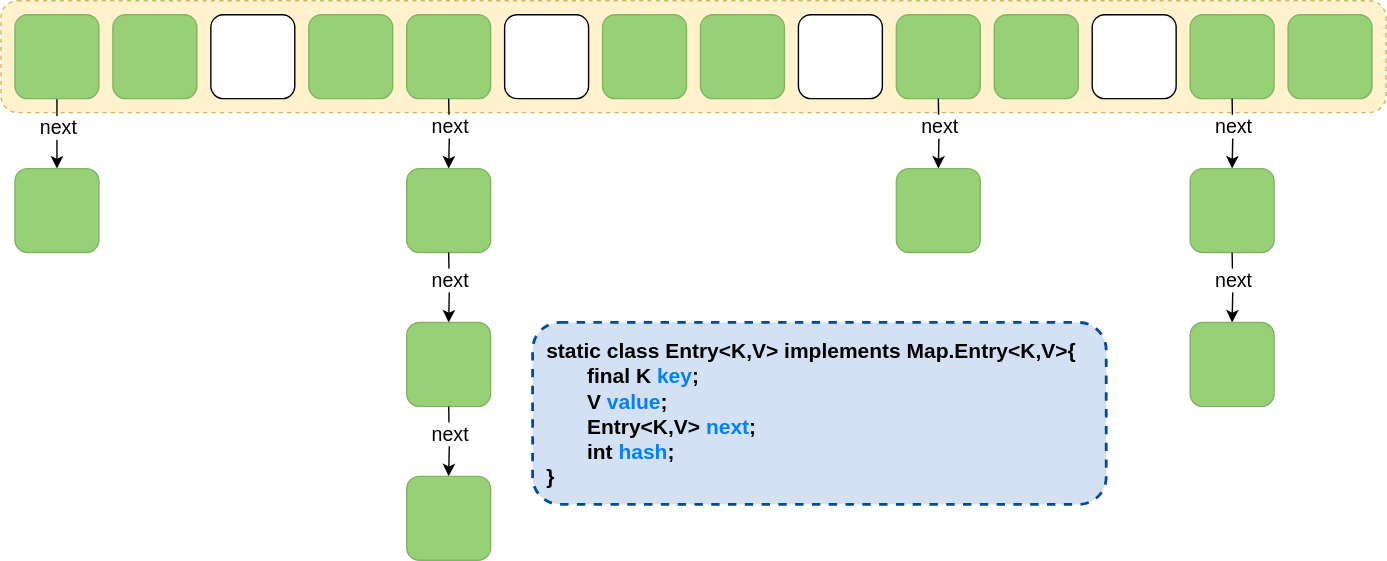
Earlier version of the draw.io export Java/JavaSE/集合框架/Java7HashMap结构.drawio.svg (Developer-Tang/notes). Source tidied: cells renumbered, new cells last; positions are measured from the earlier drawing's top-left corner, leaving out a move shared by most shapes.
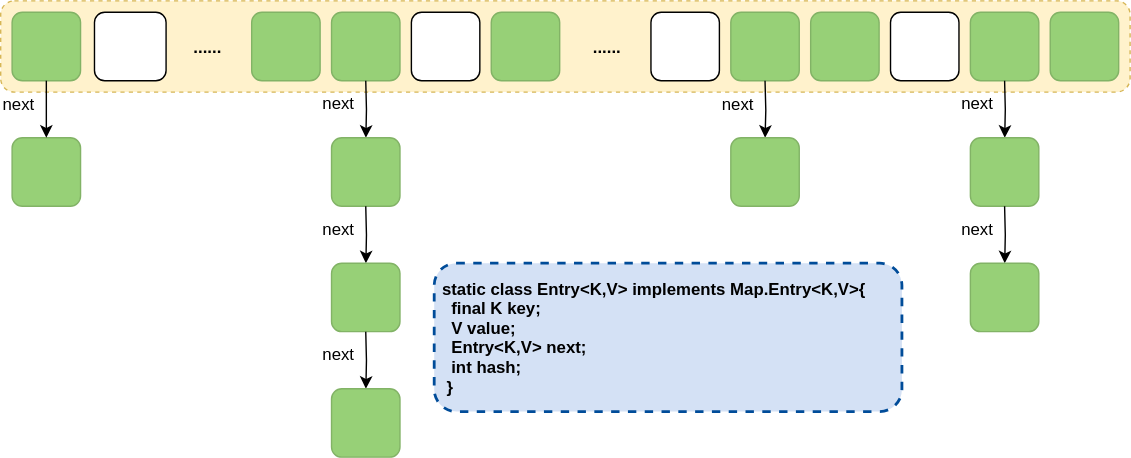
After the commit.

Diff of the diagram source:
```diff
@@ -2,142 +2,142 @@
   <root>
     <mxCell id="0" />
     <mxCell id="1" parent="0" />
-    <mxCell id="2" style="rounded=1;whiteSpace=wrap;html=1;dashed=1;fillColor=#fff2cc;strokeColor=#d6b656;" parent="1" vertex="1">
-      <mxGeometry width="990" height="80" as="geometry" />
+    <mxCell id="2" style="rounded=1;dashed=1;fillColor=#fff2cc;strokeColor=#d6b656;labelBackgroundColor=none;fontColor=default;fontSize=12;" parent="1" vertex="1">
+      <mxGeometry x="-40" y="-70" width="806.9" height="65.2" as="geometry" />
     </mxCell>
-    <mxCell id="3" style="edgeStyle=orthogonalEdgeStyle;rounded=0;jettySize=auto;html=1;" parent="1" edge="1" source="5" target="19">
-      <mxGeometry relative="1" as="geometry" />
-    </mxCell>
-    <mxCell id="4" value="next" style="edgeLabel;html=1;align=center;verticalAlign=middle;fontSize=14;" parent="3" vertex="1">
-      <mxGeometry x="-0.25" y="2" relative="1" as="geometry">
-        <mxPoint x="-2" y="1" as="offset" />
-      </mxGeometry>
-    </mxCell>
-    <mxCell id="5" style="rounded=1;whiteSpace=wrap;html=1;fillColor=#97D077;strokeColor=#82b366;" parent="1" vertex="1">
-      <mxGeometry x="10" y="10" width="60" height="60" as="geometry" />
+    <mxCell id="5" style="rounded=1;fillColor=#97D077;strokeColor=#82b366;labelBackgroundColor=none;fontColor=default;fontSize=12;" parent="1" vertex="1">
+      <mxGeometry x="-31.9" y="-61.8" width="48.9" height="48.9" as="geometry" />
     </mxCell>
-    <mxCell id="6" style="rounded=1;whiteSpace=wrap;html=1;strokeColor=#82b366;fillColor=#97D077;" parent="1" vertex="1">
-      <mxGeometry x="80" y="10" width="60" height="60" as="geometry" />
-    </mxCell>
-    <mxCell id="7" style="rounded=1;whiteSpace=wrap;html=1;" parent="1" vertex="1">
-      <mxGeometry x="150" y="10" width="60" height="60" as="geometry" />
+    <mxCell id="7" style="rounded=1;labelBackgroundColor=none;fontColor=default;fontSize=12;" parent="1" vertex="1">
+      <mxGeometry x="27" y="-61.8" width="51.1" height="48.9" as="geometry" />
     </mxCell>
-    <mxCell id="8" style="rounded=1;whiteSpace=wrap;html=1;strokeColor=#82b366;fillColor=#97D077;" parent="1" vertex="1">
-      <mxGeometry x="220" y="10" width="60" height="60" as="geometry" />
+    <mxCell id="8" style="rounded=1;strokeColor=#82b366;fillColor=#97D077;labelBackgroundColor=none;fontColor=default;fontSize=12;" parent="1" vertex="1">
+      <mxGeometry x="139.3" y="-61.8" width="48.9" height="48.9" as="geometry" />
     </mxCell>
-    <mxCell id="9" style="rounded=1;whiteSpace=wrap;html=1;" parent="1" vertex="1">
-      <mxGeometry x="360" y="10" width="60" height="60" as="geometry" />
+    <mxCell id="9" style="rounded=1;labelBackgroundColor=none;fontColor=default;fontSize=12;" parent="1" vertex="1">
+      <mxGeometry x="253.4" y="-61.8" width="48.9" height="48.9" as="geometry" />
     </mxCell>
-    <mxCell id="10" style="rounded=1;whiteSpace=wrap;html=1;strokeColor=#82b366;fillColor=#97D077;" parent="1" vertex="1">
-      <mxGeometry x="290" y="10" width="60" height="60" as="geometry" />
+    <mxCell id="10" style="rounded=1;strokeColor=#82b366;fillColor=#97D077;labelBackgroundColor=none;fontColor=default;fontSize=12;" parent="1" vertex="1">
+      <mxGeometry x="196.4" y="-61.8" width="48.9" height="48.9" as="geometry" />
     </mxCell>
-    <mxCell id="11" style="rounded=1;whiteSpace=wrap;html=1;strokeColor=#82b366;fillColor=#97D077;" parent="1" vertex="1">
-      <mxGeometry x="430" y="10" width="60" height="60" as="geometry" />
+    <mxCell id="11" style="rounded=1;strokeColor=#82b366;fillColor=#97D077;labelBackgroundColor=none;fontColor=default;fontSize=12;" parent="1" vertex="1">
+      <mxGeometry x="310.5" y="-61.8" width="48.9" height="48.9" as="geometry" />
     </mxCell>
-    <mxCell id="12" style="rounded=1;whiteSpace=wrap;html=1;strokeColor=#82b366;fillColor=#97D077;" parent="1" vertex="1">
-      <mxGeometry x="500" y="10" width="60" height="60" as="geometry" />
-    </mxCell>
-    <mxCell id="13" style="rounded=1;whiteSpace=wrap;html=1;" parent="1" vertex="1">
-      <mxGeometry x="570" y="10" width="60" height="60" as="geometry" />
+    <mxCell id="13" style="rounded=1;labelBackgroundColor=none;fontColor=default;fontSize=12;" parent="1" vertex="1">
+      <mxGeometry x="424.6" y="-61.8" width="48.9" height="48.9" as="geometry" />
     </mxCell>
-    <mxCell id="14" style="rounded=1;whiteSpace=wrap;html=1;strokeColor=#82b366;fillColor=#97D077;" parent="1" vertex="1">
-      <mxGeometry x="640" y="10" width="60" height="60" as="geometry" />
+    <mxCell id="14" style="rounded=1;strokeColor=#82b366;fillColor=#97D077;labelBackgroundColor=none;fontColor=default;fontSize=12;" parent="1" vertex="1">
+      <mxGeometry x="481.6" y="-61.8" width="48.9" height="48.9" as="geometry" />
     </mxCell>
-    <mxCell id="15" style="rounded=1;whiteSpace=wrap;html=1;strokeColor=#82b366;fillColor=#97D077;" parent="1" vertex="1">
-      <mxGeometry x="710" y="10" width="60" height="60" as="geometry" />
+    <mxCell id="15" style="rounded=1;strokeColor=#82b366;fillColor=#97D077;labelBackgroundColor=none;fontColor=default;fontSize=12;" parent="1" vertex="1">
+      <mxGeometry x="538.7" y="-61.8" width="48.9" height="48.9" as="geometry" />
     </mxCell>
-    <mxCell id="16" style="rounded=1;whiteSpace=wrap;html=1;" parent="1" vertex="1">
-      <mxGeometry x="780" y="10" width="60" height="60" as="geometry" />
+    <mxCell id="16" style="rounded=1;labelBackgroundColor=none;fontColor=default;fontSize=12;" parent="1" vertex="1">
+      <mxGeometry x="595.7" y="-61.8" width="48.9" height="48.9" as="geometry" />
     </mxCell>
-    <mxCell id="17" style="rounded=1;whiteSpace=wrap;html=1;strokeColor=#82b366;fillColor=#97D077;" parent="1" vertex="1">
-      <mxGeometry x="850" y="10" width="60" height="60" as="geometry" />
+    <mxCell id="17" style="rounded=1;strokeColor=#82b366;fillColor=#97D077;labelBackgroundColor=none;fontColor=default;fontSize=12;" parent="1" vertex="1">
+      <mxGeometry x="652.8" y="-61.8" width="48.9" height="48.9" as="geometry" />
     </mxCell>
-    <mxCell id="18" style="rounded=1;whiteSpace=wrap;html=1;strokeColor=#82b366;fillColor=#97D077;" parent="1" vertex="1">
-      <mxGeometry x="920" y="10" width="60" height="60" as="geometry" />
+    <mxCell id="18" style="rounded=1;strokeColor=#82b366;fillColor=#97D077;labelBackgroundColor=none;fontColor=default;fontSize=12;" parent="1" vertex="1">
+      <mxGeometry x="709.8" y="-61.8" width="48.9" height="48.9" as="geometry" />
     </mxCell>
-    <mxCell id="19" style="rounded=1;whiteSpace=wrap;html=1;fillColor=#97D077;strokeColor=#82b366;" parent="1" vertex="1">
-      <mxGeometry x="10" y="120" width="60" height="60" as="geometry" />
+    <mxCell id="19" style="rounded=1;fillColor=#97D077;strokeColor=#82b366;labelBackgroundColor=none;fontColor=default;fontSize=12;" parent="1" vertex="1">
+      <mxGeometry x="-31.9" y="27.8" width="48.9" height="48.9" as="geometry" />
     </mxCell>
+    <mxCell id="3" style="edgeStyle=orthogonalEdgeStyle;rounded=0;jettySize=auto;labelBackgroundColor=none;fontColor=default;fontSize=12;" parent="1" edge="1" source="5" target="19">
+      <mxGeometry relative="1" as="geometry" />
+    </mxCell>
+    <mxCell id="4" value="next" style="edgeLabel;align=center;verticalAlign=middle;fontSize=12;labelBackgroundColor=none;fontColor=default;" parent="3" vertex="1">
+      <mxGeometry x="-0.25" y="2" relative="1" as="geometry">
+        <mxPoint x="-22" y="1" as="offset" />
+      </mxGeometry>
+    </mxCell>
-    <mxCell id="20" style="edgeStyle=orthogonalEdgeStyle;rounded=0;jettySize=auto;html=1;" parent="1" edge="1" target="22">
+    <mxCell id="20" style="edgeStyle=orthogonalEdgeStyle;rounded=0;jettySize=auto;labelBackgroundColor=none;fontColor=default;fontSize=12;" parent="1" edge="1" target="22">
       <mxGeometry relative="1" as="geometry">
-        <mxPoint x="320" y="70" as="sourcePoint" />
+        <mxPoint x="220.8" y="-12.9" as="sourcePoint" />
       </mxGeometry>
     </mxCell>
-    <mxCell id="21" value="next" style="edgeLabel;html=1;align=center;verticalAlign=middle;fontSize=14;" parent="20" vertex="1">
+    <mxCell id="21" value="next" style="edgeLabel;align=center;verticalAlign=middle;fontSize=12;labelBackgroundColor=none;fontColor=default;" parent="20" vertex="1">
       <mxGeometry x="-0.25" y="2" relative="1" as="geometry">
-        <mxPoint x="-2" y="1" as="offset" />
+        <mxPoint x="-22" y="1" as="offset" />
       </mxGeometry>
     </mxCell>
-    <mxCell id="22" style="rounded=1;whiteSpace=wrap;html=1;fillColor=#97D077;strokeColor=#82b366;" parent="1" vertex="1">
-      <mxGeometry x="290" y="120" width="60" height="60" as="geometry" />
+    <mxCell id="22" style="rounded=1;fillColor=#97D077;strokeColor=#82b366;labelBackgroundColor=none;fontColor=default;fontSize=12;" parent="1" vertex="1">
+      <mxGeometry x="196.4" y="27.8" width="48.9" height="48.9" as="geometry" />
     </mxCell>
-    <mxCell id="23" style="edgeStyle=orthogonalEdgeStyle;rounded=0;jettySize=auto;html=1;" parent="1" edge="1" target="25">
+    <mxCell id="23" style="edgeStyle=orthogonalEdgeStyle;rounded=0;jettySize=auto;labelBackgroundColor=none;fontColor=default;fontSize=12;" parent="1" edge="1" target="25">
       <mxGeometry relative="1" as="geometry">
-        <mxPoint x="320" y="180" as="sourcePoint" />
+        <mxPoint x="220.8" y="76.7" as="sourcePoint" />
       </mxGeometry>
     </mxCell>
-    <mxCell id="24" value="next" style="edgeLabel;html=1;align=center;verticalAlign=middle;fontSize=14;" parent="23" vertex="1">
+    <mxCell id="24" value="next" style="edgeLabel;align=center;verticalAlign=middle;fontSize=12;labelBackgroundColor=none;fontColor=default;" parent="23" vertex="1">
       <mxGeometry x="-0.25" y="2" relative="1" as="geometry">
-        <mxPoint x="-2" y="1" as="offset" />
+        <mxPoint x="-22" y="1" as="offset" />
       </mxGeometry>
     </mxCell>
-    <mxCell id="25" style="rounded=1;whiteSpace=wrap;html=1;fillColor=#97D077;strokeColor=#82b366;" parent="1" vertex="1">
-      <mxGeometry x="290" y="230" width="60" height="60" as="geometry" />
+    <mxCell id="25" style="rounded=1;fillColor=#97D077;strokeColor=#82b366;labelBackgroundColor=none;fontColor=default;fontSize=12;" parent="1" vertex="1">
+      <mxGeometry x="196.4" y="117.4" width="48.9" height="48.9" as="geometry" />
     </mxCell>
-    <mxCell id="26" style="edgeStyle=orthogonalEdgeStyle;rounded=0;jettySize=auto;html=1;" parent="1" edge="1" target="28">
+    <mxCell id="26" style="edgeStyle=orthogonalEdgeStyle;rounded=0;jettySize=auto;labelBackgroundColor=none;fontColor=default;fontSize=12;" parent="1" edge="1" target="28">
       <mxGeometry relative="1" as="geometry">
-        <mxPoint x="670" y="70" as="sourcePoint" />
+        <mxPoint x="506.1" y="-12.9" as="sourcePoint" />
       </mxGeometry>
     </mxCell>
-    <mxCell id="27" value="next" style="edgeLabel;html=1;align=center;verticalAlign=middle;fontSize=14;" parent="26" vertex="1">
+    <mxCell id="27" value="next" style="edgeLabel;align=center;verticalAlign=middle;fontSize=12;labelBackgroundColor=none;fontColor=default;" parent="26" vertex="1">
       <mxGeometry x="-0.25" y="2" relative="1" as="geometry">
-        <mxPoint x="-2" y="1" as="offset" />
+        <mxPoint x="-22" y="1" as="offset" />
       </mxGeometry>
     </mxCell>
-    <mxCell id="28" style="rounded=1;whiteSpace=wrap;html=1;fillColor=#97D077;strokeColor=#82b366;" parent="1" vertex="1">
-      <mxGeometry x="640" y="120" width="60" height="60" as="geometry" />
+    <mxCell id="28" style="rounded=1;fillColor=#97D077;strokeColor=#82b366;labelBackgroundColor=none;fontColor=default;fontSize=12;" parent="1" vertex="1">
+      <mxGeometry x="481.6" y="27.8" width="48.9" height="48.9" as="geometry" />
     </mxCell>
-    <mxCell id="29" style="edgeStyle=orthogonalEdgeStyle;rounded=0;jettySize=auto;html=1;" parent="1" edge="1" target="31">
+    <mxCell id="29" style="edgeStyle=orthogonalEdgeStyle;rounded=0;jettySize=auto;labelBackgroundColor=none;fontColor=default;fontSize=12;" parent="1" edge="1" target="31">
       <mxGeometry relative="1" as="geometry">
-        <mxPoint x="880" y="70" as="sourcePoint" />
+        <mxPoint x="677.2" y="-12.9" as="sourcePoint" />
       </mxGeometry>
     </mxCell>
-    <mxCell id="30" value="next" style="edgeLabel;html=1;align=center;verticalAlign=middle;fontSize=14;" parent="29" vertex="1">
+    <mxCell id="30" value="next" style="edgeLabel;align=center;verticalAlign=middle;fontSize=12;labelBackgroundColor=none;fontColor=default;" parent="29" vertex="1">
       <mxGeometry x="-0.25" y="2" relative="1" as="geometry">
-        <mxPoint x="-2" y="1" as="offset" />
+        <mxPoint x="-22" y="1" as="offset" />
       </mxGeometry>
     </mxCell>
-    <mxCell id="31" style="rounded=1;whiteSpace=wrap;html=1;fillColor=#97D077;strokeColor=#82b366;" parent="1" vertex="1">
-      <mxGeometry x="850" y="120" width="60" height="60" as="geometry" />
+    <mxCell id="31" style="rounded=1;fillColor=#97D077;strokeColor=#82b366;labelBackgroundColor=none;fontColor=default;fontSize=12;" parent="1" vertex="1">
+      <mxGeometry x="652.8" y="27.8" width="48.9" height="48.9" as="geometry" />
     </mxCell>
-    <mxCell id="32" style="edgeStyle=orthogonalEdgeStyle;rounded=0;jettySize=auto;html=1;" parent="1" edge="1" target="34">
+    <mxCell id="32" style="edgeStyle=orthogonalEdgeStyle;rounded=0;jettySize=auto;labelBackgroundColor=none;fontColor=default;fontSize=12;" parent="1" edge="1" target="34">
       <mxGeometry relative="1" as="geometry">
-        <mxPoint x="880" y="180" as="sourcePoint" />
+        <mxPoint x="677.2" y="76.7" as="sourcePoint" />
       </mxGeometry>
     </mxCell>
-    <mxCell id="33" value="next" style="edgeLabel;html=1;align=center;verticalAlign=middle;fontSize=14;" parent="32" vertex="1">
+    <mxCell id="33" value="next" style="edgeLabel;align=center;verticalAlign=middle;fontSize=12;labelBackgroundColor=none;fontColor=default;" parent="32" vertex="1">
       <mxGeometry x="-0.25" y="2" relative="1" as="geometry">
-        <mxPoint x="-2" y="1" as="offset" />
+        <mxPoint x="-22" y="1" as="offset" />
       </mxGeometry>
     </mxCell>
-    <mxCell id="34" style="rounded=1;whiteSpace=wrap;html=1;fillColor=#97D077;strokeColor=#82b366;" parent="1" vertex="1">
-      <mxGeometry x="850" y="230" width="60" height="60" as="geometry" />
+    <mxCell id="34" style="rounded=1;fillColor=#97D077;strokeColor=#82b366;labelBackgroundColor=none;fontColor=default;fontSize=12;" parent="1" vertex="1">
+      <mxGeometry x="652.8" y="117.4" width="48.9" height="48.9" as="geometry" />
     </mxCell>
-    <mxCell id="35" style="edgeStyle=orthogonalEdgeStyle;rounded=0;jettySize=auto;html=1;" parent="1" edge="1" target="37">
+    <mxCell id="35" style="edgeStyle=orthogonalEdgeStyle;rounded=0;jettySize=auto;labelBackgroundColor=none;fontColor=default;fontSize=12;" parent="1" edge="1" target="37">
       <mxGeometry relative="1" as="geometry">
-        <mxPoint x="320" y="290" as="sourcePoint" />
+        <mxPoint x="220.8" y="166.4" as="sourcePoint" />
       </mxGeometry>
     </mxCell>
-    <mxCell id="36" value="next" style="edgeLabel;html=1;align=center;verticalAlign=middle;fontSize=14;" parent="35" vertex="1">
+    <mxCell id="36" value="next" style="edgeLabel;align=center;verticalAlign=middle;fontSize=12;labelBackgroundColor=none;fontColor=default;" parent="35" vertex="1">
       <mxGeometry x="-0.25" y="2" relative="1" as="geometry">
-        <mxPoint x="-2" y="1" as="offset" />
+        <mxPoint x="-22" y="1" as="offset" />
       </mxGeometry>
     </mxCell>
-    <mxCell id="37" style="rounded=1;whiteSpace=wrap;html=1;fillColor=#97D077;strokeColor=#82b366;" parent="1" vertex="1">
-      <mxGeometry x="290" y="340" width="60" height="60" as="geometry" />
+    <mxCell id="37" style="rounded=1;fillColor=#97D077;strokeColor=#82b366;labelBackgroundColor=none;fontColor=default;fontSize=12;" parent="1" vertex="1">
+      <mxGeometry x="196.4" y="207.1" width="48.9" height="48.9" as="geometry" />
     </mxCell>
-    <mxCell id="38" value="&amp;nbsp;static class Entry&amp;lt;K,V&amp;gt; implements Map.Entry&amp;lt;K,V&amp;gt;{&lt;br&gt;&lt;span&gt;&lt;span style=&quot;white-space: pre&quot;&gt;&#9;&lt;/span&gt;final K &lt;/span&gt;&lt;font color=&quot;#007fff&quot;&gt;key&lt;/font&gt;&lt;span&gt;;&lt;/span&gt;&lt;span style=&quot;white-space: pre&quot;&gt;&lt;br&gt;&lt;/span&gt;&lt;span style=&quot;white-space: pre&quot;&gt;&#9;&lt;/span&gt;V &lt;font color=&quot;#007fff&quot;&gt;value&lt;/font&gt;;&lt;br&gt;&lt;span style=&quot;white-space: pre&quot;&gt;&#9;&lt;/span&gt;Entry&amp;lt;K,V&amp;gt; &lt;font color=&quot;#007fff&quot;&gt;next&lt;/font&gt;;&lt;br&gt;&lt;span style=&quot;white-space: pre&quot;&gt;&#9;&lt;/span&gt;int &lt;font color=&quot;#007fff&quot;&gt;hash&lt;/font&gt;;&lt;br style=&quot;font-size: 15px&quot;&gt;&amp;nbsp;}" style="rounded=1;whiteSpace=wrap;html=1;fontSize=15;fillColor=#D4E1F5;strokeColor=#004C99;dashed=1;align=left;fontStyle=1;strokeWidth=2;spacing=6;" parent="1" vertex="1">
-      <mxGeometry x="380" y="230" width="410" height="130" as="geometry" />
+    <mxCell id="38" value="static class Entry&lt;K,V&gt; implements Map.Entry&lt;K,V&gt;{&#10;  final K key;&#10;  V value;&#10;  Entry&lt;K,V&gt; next;&#10;  int hash;&#10; }" style="rounded=1;fontSize=12;fillColor=#D4E1F5;strokeColor=#004C99;dashed=1;align=left;fontStyle=1;strokeWidth=2;spacing=6;labelBackgroundColor=none;fontColor=default;" parent="1" vertex="1">
+      <mxGeometry x="269.7" y="117.4" width="334.2" height="105.9" as="geometry" />
     </mxCell>
+    <mxCell id="39" value="......" style="text;strokeColor=none;fillColor=none;align=center;verticalAlign=middle;rounded=0;fontStyle=1;" parent="1" vertex="1">
+      <mxGeometry x="78.2" y="-52.4" width="60" height="30" as="geometry" />
+    </mxCell>
+    <mxCell id="40" value="......" style="text;strokeColor=none;fillColor=none;align=center;verticalAlign=middle;rounded=0;fontStyle=1;" parent="1" vertex="1">
+      <mxGeometry x="363.5" y="-52.4" width="60" height="30" as="geometry" />
+    </mxCell>
   </root>
 </mxGraphModel>
```
